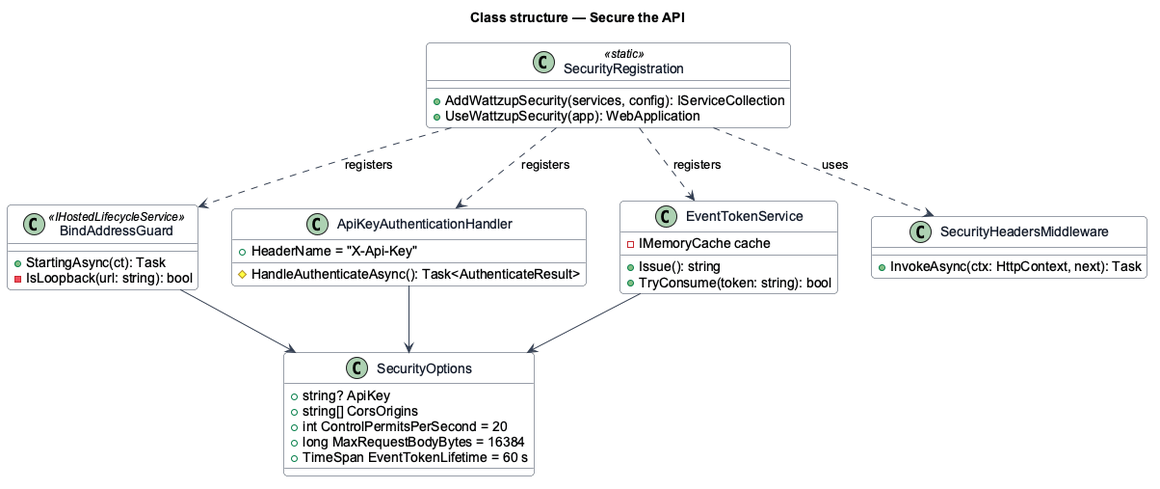
The PlantUML diagram docs/detailed-designs/platform/secure-api/diagrams/class-structure.png in QuinntyneBrown/ride-one, before a commit.
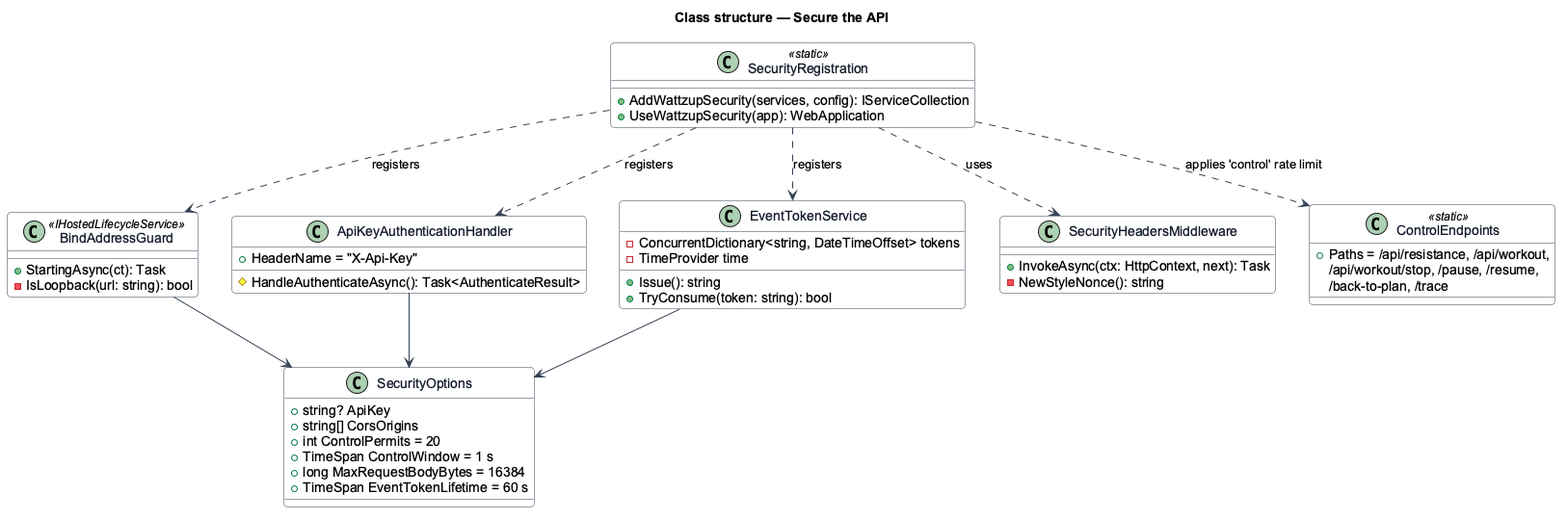
The same file after the commit.

What changed in the source:
```diff
@@ -14,7 +14,8 @@
 class SecurityOptions {
   +string? ApiKey
   +string[] CorsOrigins
-  +int ControlPermitsPerSecond = 20
+  +int ControlPermits = 20
+  +TimeSpan ControlWindow = 1 s
   +long MaxRequestBodyBytes = 16384
   +TimeSpan EventTokenLifetime = 60 s
 }
@@ -27,12 +28,19 @@
   #HandleAuthenticateAsync(): Task<AuthenticateResult>
 }
 class EventTokenService {
-  -IMemoryCache cache
+  -ConcurrentDictionary<string, DateTimeOffset> tokens
+  -TimeProvider time
   +Issue(): string
   +TryConsume(token: string): bool
 }
 class SecurityHeadersMiddleware {
   +InvokeAsync(ctx: HttpContext, next): Task
+  -NewStyleNonce(): string
+}
+class ControlEndpoints <<static>> {
+  +Paths = /api/resistance, /api/workout,
+  /api/workout/stop, /pause, /resume,
+  /back-to-plan, /trace
 }
 class SecurityRegistration <<static>> {
   +AddWattzupSecurity(services, config): IServiceCollection
@@ -46,4 +54,5 @@
 SecurityRegistration ..> ApiKeyAuthenticationHandler : registers
 SecurityRegistration ..> EventTokenService : registers
 SecurityRegistration ..> SecurityHeadersMiddleware : uses
+SecurityRegistration ..> ControlEndpoints : applies 'control' rate limit
 @enduml
```
